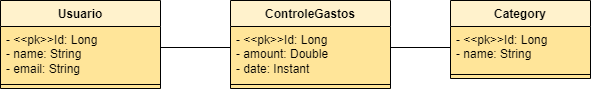
Before: assets/modelo-dominio-gerenciamento-gastos.png, a diagram exported from draw.io (DeivinsonPereira/DimeTracker). Source tidied: cells renumbered, new cells last; positions are measured from the earlier drawing's top-left corner, leaving out a move shared by most shapes. The source it was exported from:
```xml
<mxGraphModel>
  <root>
    <mxCell id="0" />
    <mxCell id="1" parent="0" />
    <mxCell id="2" style="edgeStyle=orthogonalEdgeStyle;rounded=0;orthogonalLoop=1;jettySize=auto;html=1;" parent="1" edge="1">
      <mxGeometry relative="1" as="geometry">
        <mxPoint x="160" y="47" as="sourcePoint" />
        <mxPoint x="240" y="47" as="targetPoint" />
      </mxGeometry>
    </mxCell>
    <mxCell id="3" style="edgeStyle=orthogonalEdgeStyle;rounded=0;orthogonalLoop=1;jettySize=auto;html=1;" parent="1" edge="1">
      <mxGeometry relative="1" as="geometry">
        <mxPoint x="380" y="47" as="sourcePoint" />
        <mxPoint x="460" y="47" as="targetPoint" />
      </mxGeometry>
    </mxCell>
    <mxCell id="4" value="Usuario" style="swimlane;fontStyle=1;align=center;verticalAlign=top;horizontal=1;startSize=26;whiteSpace=wrap;html=1;labelBackgroundColor=none;swimlaneFillColor=#FFE599;fillColor=#fff2cc;strokeColor=#000000;" parent="1" vertex="1">
      <mxGeometry width="160" height="88" as="geometry" />
    </mxCell>
    <mxCell id="5" value="- &amp;lt;&amp;lt;pk&amp;gt;&amp;gt;Id: Long&lt;br style=&quot;font-size: 12px;&quot;&gt;- name: String&lt;br style=&quot;font-size: 12px;&quot;&gt;- email: String" style="text;strokeColor=none;fillColor=none;align=left;verticalAlign=top;spacingLeft=4;spacingRight=4;overflow=hidden;points=[[0,0.5],[1,0.5]];portConstraint=eastwest;whiteSpace=wrap;html=1;fontSize=12;spacingTop=0;spacing=2;labelBackgroundColor=#FFE599;labelBorderColor=none;" parent="4" vertex="1">
      <mxGeometry y="26" width="160" height="54" as="geometry" />
    </mxCell>
    <mxCell id="6" style="line;strokeWidth=1;fillColor=none;align=left;verticalAlign=middle;spacingTop=-1;spacingLeft=3;spacingRight=3;labelPosition=right;strokeColor=inherit;" parent="4" vertex="1">
      <mxGeometry y="80" width="160" height="8" as="geometry" />
    </mxCell>
    <mxCell id="7" value="ControleGastos" style="swimlane;fontStyle=1;align=center;verticalAlign=top;horizontal=1;startSize=26;whiteSpace=wrap;html=1;labelBackgroundColor=none;swimlaneFillColor=#FFE599;fillColor=#fff2cc;strokeColor=default;" parent="1" vertex="1">
      <mxGeometry x="230" width="160" height="88" as="geometry" />
    </mxCell>
    <mxCell id="8" value="- &amp;lt;&amp;lt;pk&amp;gt;&amp;gt;Id: Long&lt;br style=&quot;font-size: 12px;&quot;&gt;- amount: Double&lt;br style=&quot;font-size: 12px;&quot;&gt;- date: Instant" style="text;strokeColor=none;fillColor=none;align=left;verticalAlign=top;spacingLeft=4;spacingRight=4;overflow=hidden;points=[[0,0.5],[1,0.5]];portConstraint=eastwest;whiteSpace=wrap;html=1;fontSize=12;spacingTop=0;spacing=2;labelBackgroundColor=#FFE599;labelBorderColor=none;" parent="7" vertex="1">
      <mxGeometry y="26" width="160" height="54" as="geometry" />
    </mxCell>
    <mxCell id="9" style="line;strokeWidth=1;fillColor=none;align=left;verticalAlign=middle;spacingTop=-1;spacingLeft=3;spacingRight=3;labelPosition=right;points=[];portConstraint=eastwest;strokeColor=inherit;" parent="7" vertex="1">
      <mxGeometry y="80" width="160" height="8" as="geometry" />
    </mxCell>
    <mxCell id="10" value="Category" style="swimlane;fontStyle=1;align=center;verticalAlign=top;horizontal=1;startSize=26;whiteSpace=wrap;html=1;labelBackgroundColor=none;swimlaneFillColor=#FFE599;fillColor=#fff2cc;strokeColor=default;" parent="1" vertex="1">
      <mxGeometry x="450" width="140" height="78" as="geometry" />
    </mxCell>
    <mxCell id="11" value="- &amp;lt;&amp;lt;pk&amp;gt;&amp;gt;Id: Long&lt;br style=&quot;font-size: 12px;&quot;&gt;- name: String" style="text;strokeColor=none;fillColor=none;align=left;verticalAlign=top;spacingLeft=4;spacingRight=4;overflow=hidden;whiteSpace=wrap;html=1;fontSize=12;spacingTop=0;spacing=2;labelBackgroundColor=#FFE599;labelBorderColor=none;" parent="10" vertex="1">
      <mxGeometry y="26" width="140" height="44" as="geometry" />
    </mxCell>
    <mxCell id="12" style="line;strokeWidth=1;fillColor=none;align=left;verticalAlign=middle;spacingTop=-1;spacingLeft=3;spacingRight=3;labelPosition=right;strokeColor=inherit;" parent="10" vertex="1">
      <mxGeometry y="70" width="140" height="8" as="geometry" />
    </mxCell>
  </root>
</mxGraphModel>
```
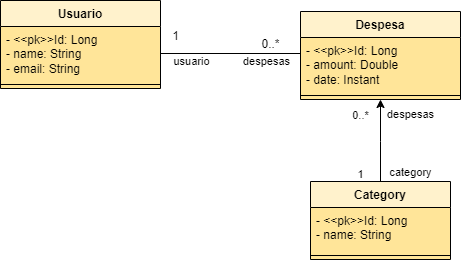
Above is the later version.

Commit message:
ajuste no diagrama UML

The edit, as a diff of the source:
```diff
@@ -2,20 +2,25 @@
   <root>
     <mxCell id="0" />
     <mxCell id="1" parent="0" />
-    <mxCell id="2" style="edgeStyle=orthogonalEdgeStyle;rounded=0;orthogonalLoop=1;jettySize=auto;html=1;" parent="1" edge="1">
+    <mxCell id="2" style="edgeStyle=orthogonalEdgeStyle;rounded=0;jettySize=auto;html=1;entryX=0.019;entryY=0.389;entryDx=0;entryDy=0;entryPerimeter=0;" parent="1" edge="1" source="5" target="8">
       <mxGeometry relative="1" as="geometry">
-        <mxPoint x="160" y="47" as="sourcePoint" />
-        <mxPoint x="240" y="47" as="targetPoint" />
+        <Array as="points">
+          <mxPoint x="403" y="47" />
+        </Array>
       </mxGeometry>
     </mxCell>
-    <mxCell id="3" style="edgeStyle=orthogonalEdgeStyle;rounded=0;orthogonalLoop=1;jettySize=auto;html=1;" parent="1" edge="1">
-      <mxGeometry relative="1" as="geometry">
-        <mxPoint x="380" y="47" as="sourcePoint" />
-        <mxPoint x="460" y="47" as="targetPoint" />
-      </mxGeometry>
-    </mxCell>
+    <mxCell id="13" value="despesas" style="edgeLabel;html=1;align=center;verticalAlign=middle;" parent="2" vertex="1">
+      <mxGeometry x="-0.1" y="-2" relative="1" as="geometry">
+        <mxPoint x="-42" y="6" as="offset" />
+      </mxGeometry>
+    </mxCell>
+    <mxCell id="14" value="usuario" style="edgeLabel;html=1;align=center;verticalAlign=middle;" parent="2" vertex="1">
+      <mxGeometry x="-0.95" relative="1" as="geometry">
+        <mxPoint x="23" y="8" as="offset" />
+      </mxGeometry>
+    </mxCell>
     <mxCell id="4" value="Usuario" style="swimlane;fontStyle=1;align=center;verticalAlign=top;horizontal=1;startSize=26;whiteSpace=wrap;html=1;labelBackgroundColor=none;swimlaneFillColor=#FFE599;fillColor=#fff2cc;strokeColor=#000000;" parent="1" vertex="1">
-      <mxGeometry width="160" height="88" as="geometry" />
+      <mxGeometry x="10" y="-6" width="160" height="88" as="geometry" />
     </mxCell>
     <mxCell id="5" value="- &amp;lt;&amp;lt;pk&amp;gt;&amp;gt;Id: Long&lt;br style=&quot;font-size: 12px;&quot;&gt;- name: String&lt;br style=&quot;font-size: 12px;&quot;&gt;- email: String" style="text;strokeColor=none;fillColor=none;align=left;verticalAlign=top;spacingLeft=4;spacingRight=4;overflow=hidden;points=[[0,0.5],[1,0.5]];portConstraint=eastwest;whiteSpace=wrap;html=1;fontSize=12;spacingTop=0;spacing=2;labelBackgroundColor=#FFE599;labelBorderColor=none;" parent="4" vertex="1">
       <mxGeometry y="26" width="160" height="54" as="geometry" />
@@ -23,8 +28,8 @@
     <mxCell id="6" style="line;strokeWidth=1;fillColor=none;align=left;verticalAlign=middle;spacingTop=-1;spacingLeft=3;spacingRight=3;labelPosition=right;strokeColor=inherit;" parent="4" vertex="1">
       <mxGeometry y="80" width="160" height="8" as="geometry" />
     </mxCell>
-    <mxCell id="7" value="ControleGastos" style="swimlane;fontStyle=1;align=center;verticalAlign=top;horizontal=1;startSize=26;whiteSpace=wrap;html=1;labelBackgroundColor=none;swimlaneFillColor=#FFE599;fillColor=#fff2cc;strokeColor=default;" parent="1" vertex="1">
-      <mxGeometry x="230" width="160" height="88" as="geometry" />
+    <mxCell id="7" value="Despesa" style="swimlane;fontStyle=1;align=center;verticalAlign=top;horizontal=1;startSize=26;whiteSpace=wrap;html=1;labelBackgroundColor=none;swimlaneFillColor=#FFE599;fillColor=#fff2cc;strokeColor=default;" parent="1" vertex="1">
+      <mxGeometry x="310" y="5" width="160" height="88" as="geometry" />
     </mxCell>
     <mxCell id="8" value="- &amp;lt;&amp;lt;pk&amp;gt;&amp;gt;Id: Long&lt;br style=&quot;font-size: 12px;&quot;&gt;- amount: Double&lt;br style=&quot;font-size: 12px;&quot;&gt;- date: Instant" style="text;strokeColor=none;fillColor=none;align=left;verticalAlign=top;spacingLeft=4;spacingRight=4;overflow=hidden;points=[[0,0.5],[1,0.5]];portConstraint=eastwest;whiteSpace=wrap;html=1;fontSize=12;spacingTop=0;spacing=2;labelBackgroundColor=#FFE599;labelBorderColor=none;" parent="7" vertex="1">
       <mxGeometry y="26" width="160" height="54" as="geometry" />
@@ -32,8 +37,36 @@
     <mxCell id="9" style="line;strokeWidth=1;fillColor=none;align=left;verticalAlign=middle;spacingTop=-1;spacingLeft=3;spacingRight=3;labelPosition=right;points=[];portConstraint=eastwest;strokeColor=inherit;" parent="7" vertex="1">
       <mxGeometry y="80" width="160" height="8" as="geometry" />
     </mxCell>
+    <mxCell id="15" style="edgeStyle=orthogonalEdgeStyle;rounded=0;jettySize=auto;html=1;" parent="1" edge="1" source="10" target="9">
+      <mxGeometry relative="1" as="geometry">
+        <Array as="points">
+          <mxPoint x="390" y="135" />
+          <mxPoint x="390" y="135" />
+        </Array>
+      </mxGeometry>
+    </mxCell>
+    <mxCell id="16" value="despesas" style="edgeLabel;html=1;align=center;verticalAlign=middle;" parent="15" vertex="1">
+      <mxGeometry x="0.65" y="1" relative="1" as="geometry">
+        <mxPoint x="31" as="offset" />
+      </mxGeometry>
+    </mxCell>
+    <mxCell id="17" value="0..*" style="edgeLabel;html=1;align=center;verticalAlign=middle;" parent="15" vertex="1">
+      <mxGeometry x="0.63" relative="1" as="geometry">
+        <mxPoint x="-20" as="offset" />
+      </mxGeometry>
+    </mxCell>
+    <mxCell id="18" value="category" style="edgeLabel;html=1;align=center;verticalAlign=middle;" parent="15" vertex="1">
+      <mxGeometry x="-0.77" y="1" relative="1" as="geometry">
+        <mxPoint x="31" as="offset" />
+      </mxGeometry>
+    </mxCell>
+    <mxCell id="19" value="1" style="edgeLabel;html=1;align=center;verticalAlign=middle;" parent="15" vertex="1">
+      <mxGeometry x="-0.83" y="1" relative="1" as="geometry">
+        <mxPoint x="-19" y="-1" as="offset" />
+      </mxGeometry>
+    </mxCell>
     <mxCell id="10" value="Category" style="swimlane;fontStyle=1;align=center;verticalAlign=top;horizontal=1;startSize=26;whiteSpace=wrap;html=1;labelBackgroundColor=none;swimlaneFillColor=#FFE599;fillColor=#fff2cc;strokeColor=default;" parent="1" vertex="1">
-      <mxGeometry x="450" width="140" height="78" as="geometry" />
+      <mxGeometry x="320" y="175" width="140" height="78" as="geometry" />
     </mxCell>
     <mxCell id="11" value="- &amp;lt;&amp;lt;pk&amp;gt;&amp;gt;Id: Long&lt;br style=&quot;font-size: 12px;&quot;&gt;- name: String" style="text;strokeColor=none;fillColor=none;align=left;verticalAlign=top;spacingLeft=4;spacingRight=4;overflow=hidden;whiteSpace=wrap;html=1;fontSize=12;spacingTop=0;spacing=2;labelBackgroundColor=#FFE599;labelBorderColor=none;" parent="10" vertex="1">
       <mxGeometry y="26" width="140" height="44" as="geometry" />
@@ -41,5 +74,11 @@
     <mxCell id="12" style="line;strokeWidth=1;fillColor=none;align=left;verticalAlign=middle;spacingTop=-1;spacingLeft=3;spacingRight=3;labelPosition=right;strokeColor=inherit;" parent="10" vertex="1">
       <mxGeometry y="70" width="140" height="8" as="geometry" />
     </mxCell>
+    <mxCell id="20" value="0..*" style="text;html=1;align=center;verticalAlign=middle;strokeColor=none;fillColor=none;" parent="1" vertex="1">
+      <mxGeometry x="260" y="23" width="40" height="30" as="geometry" />
+    </mxCell>
+    <mxCell id="21" value="1" style="text;html=1;align=center;verticalAlign=middle;strokeColor=none;fillColor=none;" parent="1" vertex="1">
+      <mxGeometry x="170" y="15" width="30" height="30" as="geometry" />
+    </mxCell>
   </root>
 </mxGraphModel>
```
